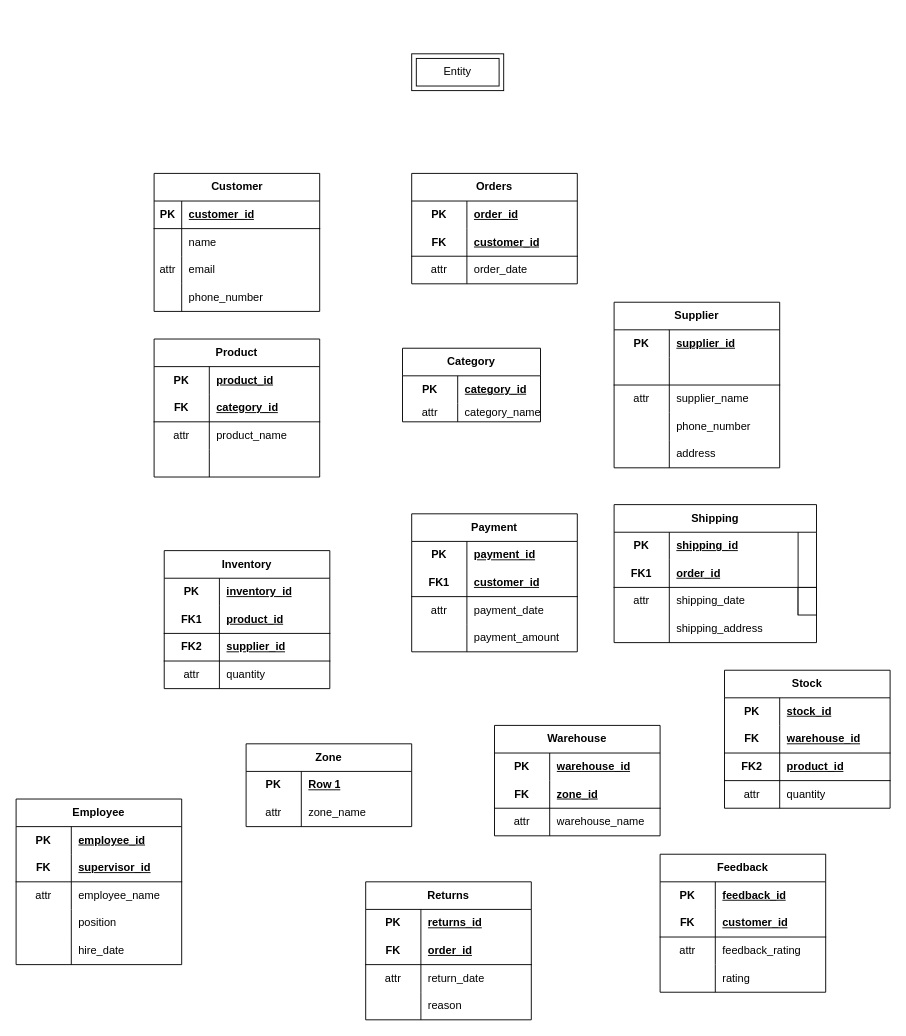
This is Assign2_DB.drawio from gregguu/DB, a draw.io file, before an edit. Source tidied: cells renumbered, new cells numbered last; positions are measured from the earlier drawing's top-left corner, leaving out a move shared by most shapes. Both pictures are drawn from the tidied source at 92%, with x=0, y=0 at pixel (16, 53).
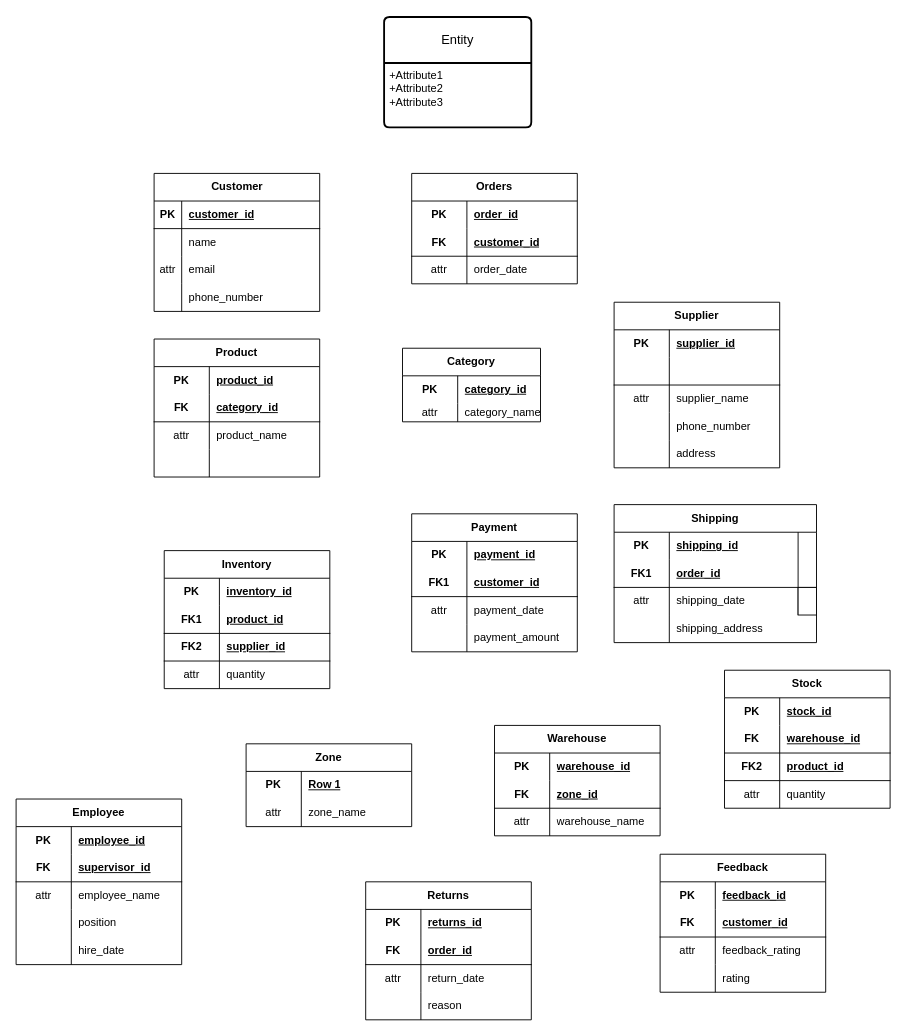
Above is the later version.

The edit, as a diff of the source:
```diff
@@
-    <mxCell id="173" value="Entity" style="shape=ext;margin=3;double=1;whiteSpace=wrap;html=1;align=center;" parent="1" vertex="1">
-      <mxGeometry x="430" width="100" height="40" as="geometry" />
+    <mxCell id="173" value="Entity" style="swimlane;horizontal=1;startSize=50;rounded=1;fontSize=14;fontStyle=0;strokeWidth=2;shadow=0;dashed=0;align=center;arcSize=4;whiteSpace=wrap;html=1;" parent="1" vertex="1">
+      <mxGeometry x="400" y="-40" width="160" height="120" as="geometry" />
     </mxCell>
+    <mxCell id="174" value="+Attribute1&#10;+Attribute2&#10;+Attribute3" style="align=left;strokeColor=none;fillColor=none;spacingLeft=4;fontSize=12;verticalAlign=top;html=1;" parent="173" vertex="1">
+      <mxGeometry y="50" width="160" height="70" as="geometry" />
+    </mxCell>
```
